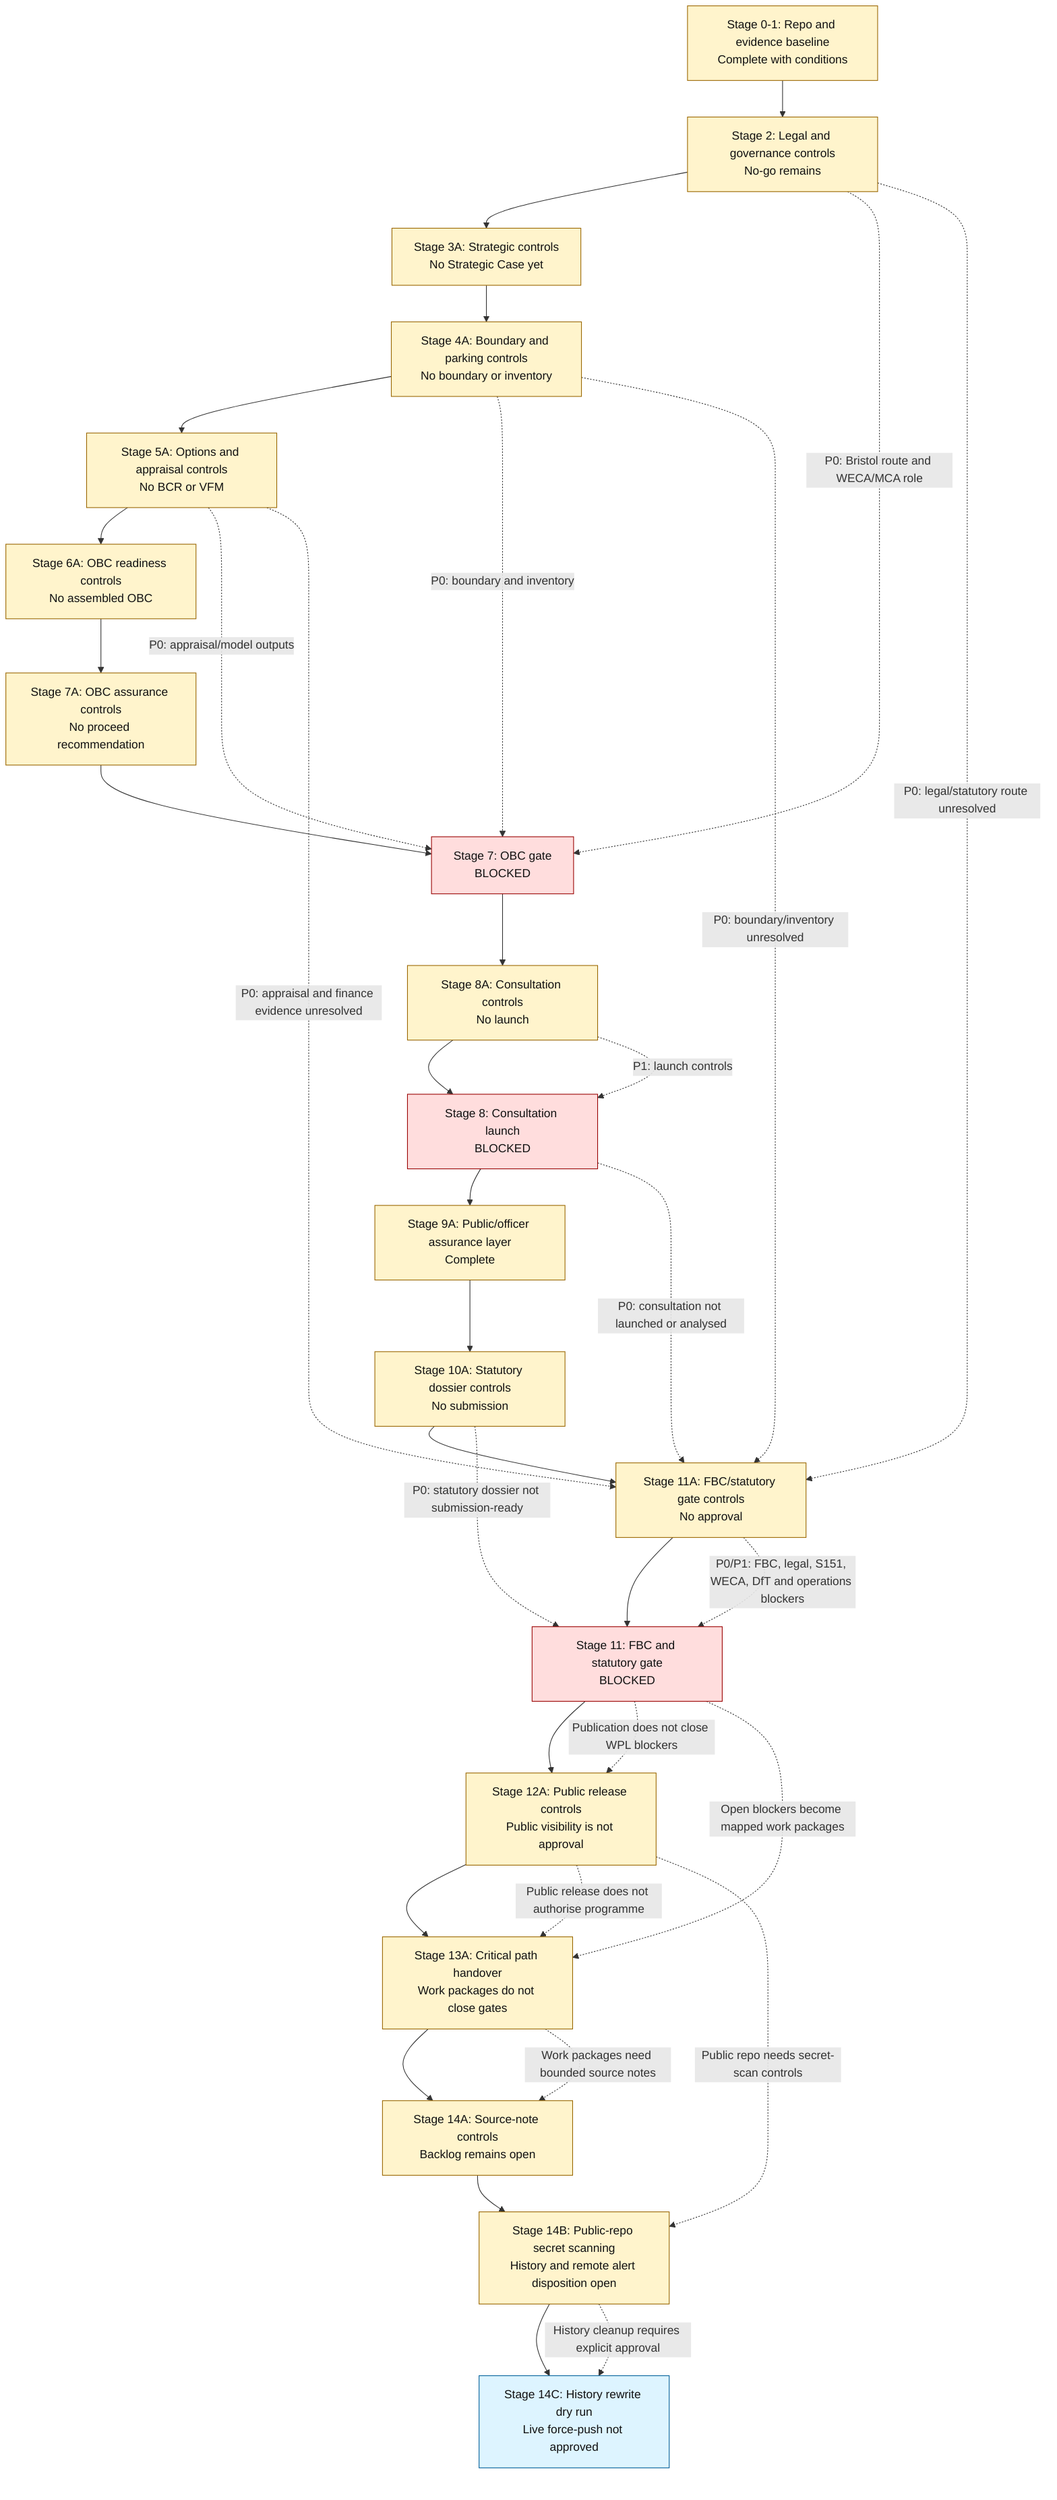
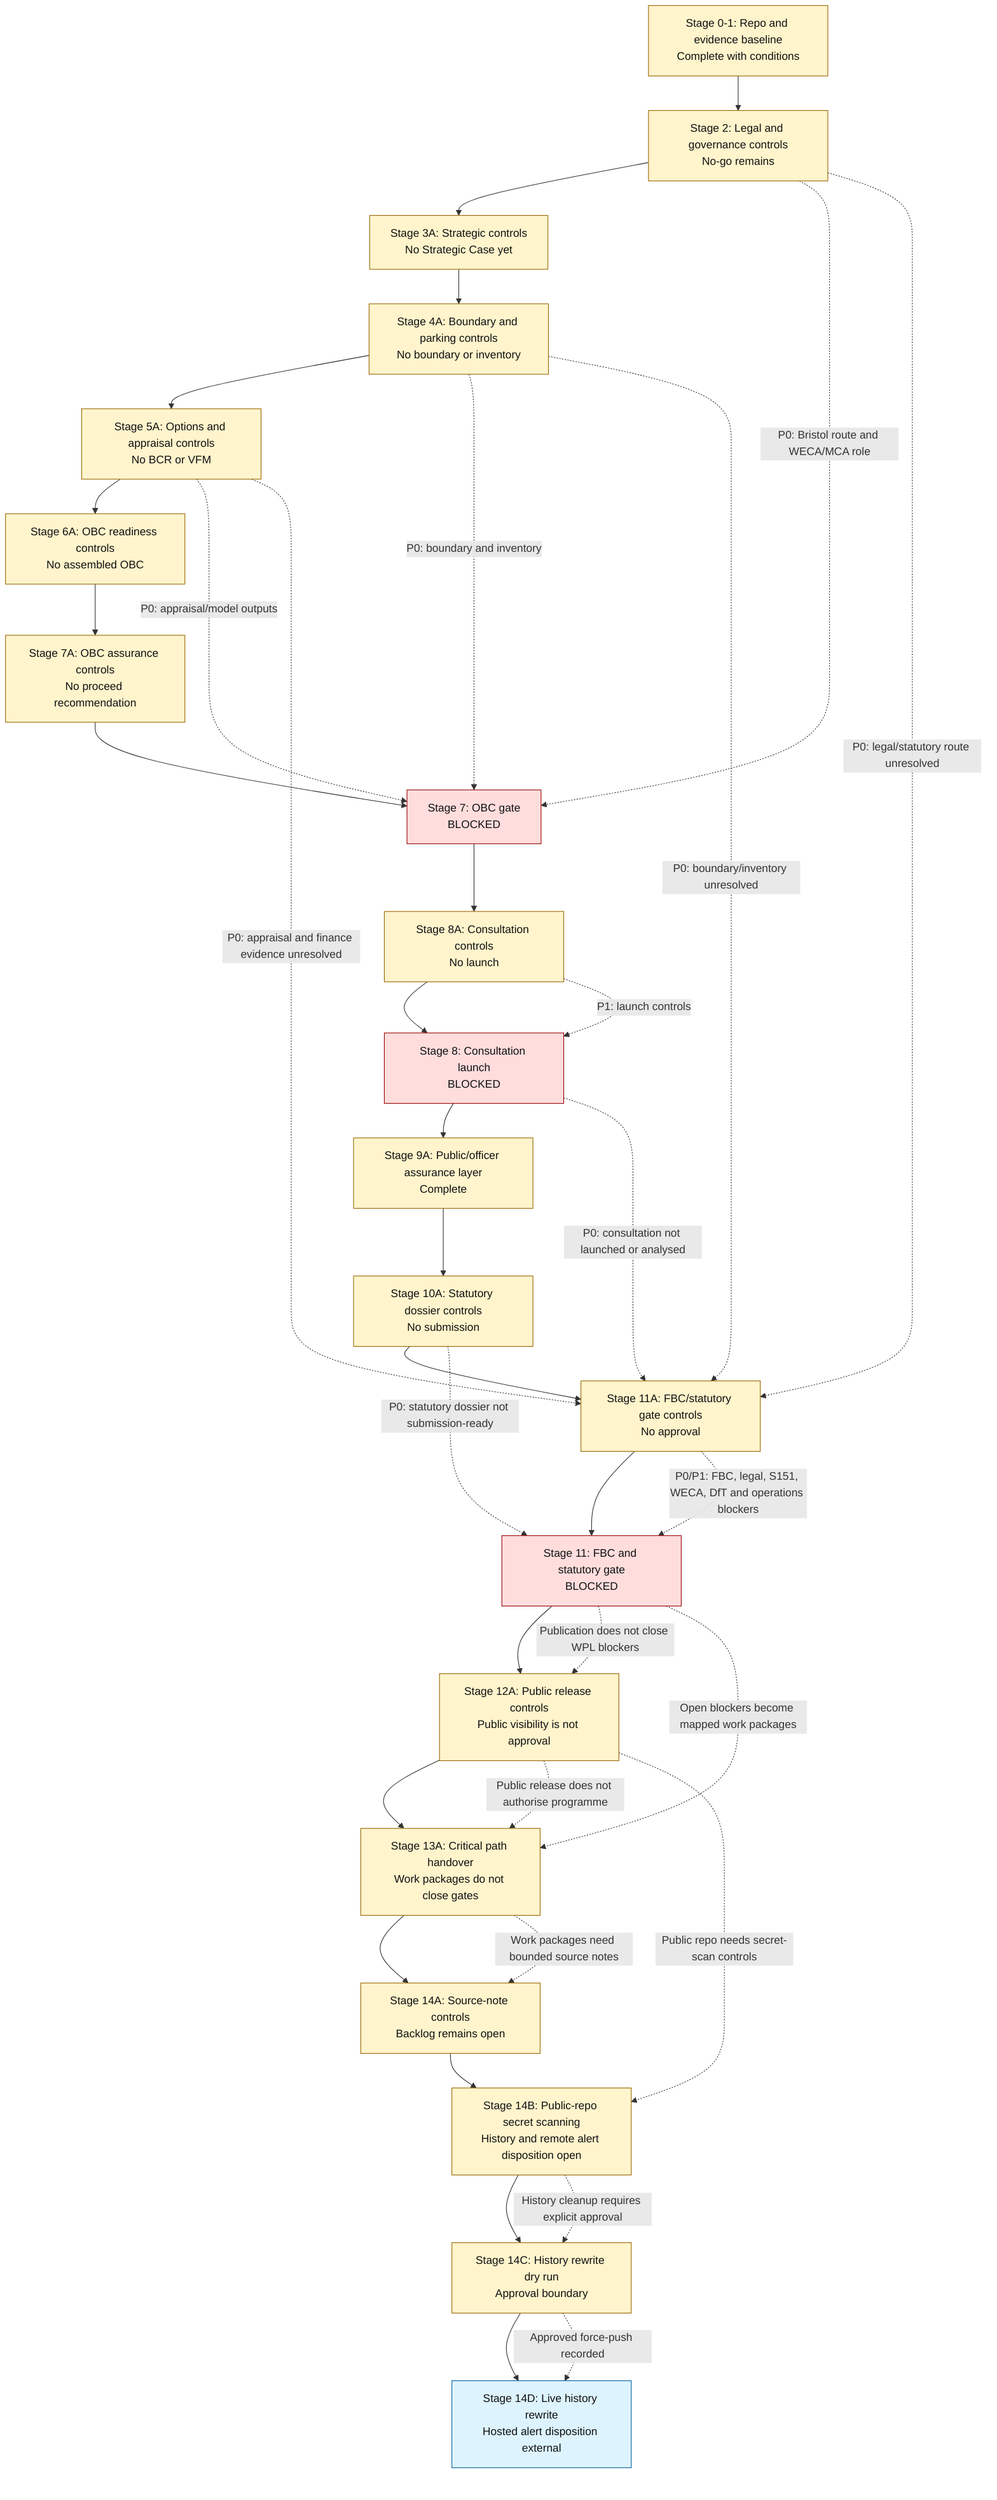
flowchart TD
    A["Stage 0-1: Repo and evidence baseline<br/>Complete with conditions"] --> B["Stage 2: Legal and governance controls<br/>No-go remains"]
    B --> C["Stage 3A: Strategic controls<br/>No Strategic Case yet"]
    C --> D["Stage 4A: Boundary and parking controls<br/>No boundary or inventory"]
    D --> E["Stage 5A: Options and appraisal controls<br/>No BCR or VFM"]
    E --> F["Stage 6A: OBC readiness controls<br/>No assembled OBC"]
    F --> F2["Stage 7A: OBC assurance controls<br/>No proceed recommendation"]
    F2 --> G["Stage 7: OBC gate<br/>BLOCKED"]
    G --> H["Stage 8A: Consultation controls<br/>No launch"]
    H --> I["Stage 8: Consultation launch<br/>BLOCKED"]
    I --> J["Stage 9A: Public/officer assurance layer<br/>Complete"]
    J --> J2["Stage 10A: Statutory dossier controls<br/>No submission"]
    J2 --> K2["Stage 11A: FBC/statutory gate controls<br/>No approval"]
    K2 --> K["Stage 11: FBC and statutory gate<br/>BLOCKED"]
    K --> L["Stage 12A: Public release controls<br/>Public visibility is not approval"]
    L --> M["Stage 13A: Critical path handover<br/>Work packages do not close gates"]
    M --> N["Stage 14A: Source-note controls<br/>Backlog remains open"]
    N --> O["Stage 14B: Public-repo secret scanning<br/>History and remote alert disposition open"]
-     O --> P["Stage 14C: History rewrite dry run<br/>Live force-push not approved"]
+     O --> P["Stage 14C: History rewrite dry run<br/>Approval boundary"]
+     P --> Q["Stage 14D: Live history rewrite<br/>Hosted alert disposition external"]

    B -. "P0: Bristol route and WECA/MCA role" .-> G
    D -. "P0: boundary and inventory" .-> G
    E -. "P0: appraisal/model outputs" .-> G
    H -. "P1: launch controls" .-> I
    B -. "P0: legal/statutory route unresolved" .-> K2
    D -. "P0: boundary/inventory unresolved" .-> K2
    E -. "P0: appraisal and finance evidence unresolved" .-> K2
    I -. "P0: consultation not launched or analysed" .-> K2
    J2 -. "P0: statutory dossier not submission-ready" .-> K
    K2 -. "P0/P1: FBC, legal, S151, WECA, DfT and operations blockers" .-> K
    K -. "Publication does not close WPL blockers" .-> L
    K -. "Open blockers become mapped work packages" .-> M
    L -. "Public release does not authorise programme" .-> M
    M -. "Work packages need bounded source notes" .-> N
    L -. "Public repo needs secret-scan controls" .-> O
    O -. "History cleanup requires explicit approval" .-> P
+     P -. "Approved force-push recorded" .-> Q

    classDef blocked fill:#ffdddd,stroke:#990000,color:#111111;
    classDef control fill:#fff4cc,stroke:#996600,color:#111111;
    classDef current fill:#ddf4ff,stroke:#005f99,color:#111111;

    class G,I,K blocked;
-     class A,B,C,D,E,F,F2,H,J,J2,K2,L,M,N,O control;
-     class P current;
+     class A,B,C,D,E,F,F2,H,J,J2,K2,L,M,N,O,P control;
+     class Q current;
